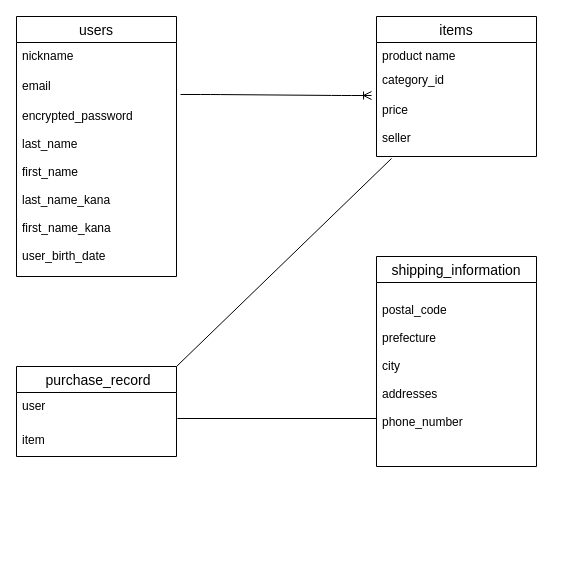
Earlier version of the draw.io diagram test.dio (NaoakiM/furima-37413). Source tidied: cells renumbered, new cells numbered last; positions are measured from the earlier drawing's top-left corner, leaving out a move shared by most shapes. Both pictures are drawn from the tidied source at 100%, with x=0, y=0 at pixel (16, 16).
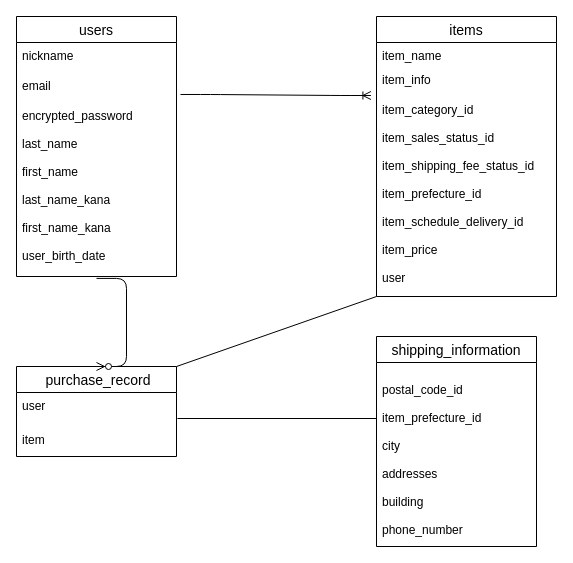
Above is the later version.

Commit message:
データベース設計LGTM

The change refers to these unchanged cells:
```xml
<mxCell id="5" value="encrypted_password&#10;&#10;last_name&#10;&#10;first_name&#10;&#10;last_name_kana&#10;&#10;first_name_kana&#10;&#10;user_birth_date&#10;" style="text;strokeColor=none;fillColor=none;spacingLeft=4;spacingRight=4;overflow=hidden;points=[[0,0.5],[1,0.5]];portConstraint=eastwest;fontSize=12;" parent="2" vertex="1">
  <mxGeometry y="86" width="160" height="174" as="geometry" />
</mxCell>
<mxCell id="10" value=" purchase_record" style="swimlane;fontStyle=0;horizontal=1;startSize=26;align=center;fontSize=14;" parent="1" vertex="1">
  <mxGeometry y="350" width="160" height="90" as="geometry" />
</mxCell>
```

The edit, as a diff of the source:
```diff
@@
     <mxCell id="6" value="items" style="swimlane;fontStyle=0;horizontal=1;startSize=26;align=center;fontSize=14;" parent="1" vertex="1">
-      <mxGeometry x="360" width="160" height="140" as="geometry" />
+      <mxGeometry x="360" width="180" height="280" as="geometry" />
     </mxCell>
-    <mxCell id="7" value="product name" style="text;strokeColor=none;fillColor=none;spacingLeft=4;spacingRight=4;overflow=hidden;fontSize=12;" parent="6" vertex="1">
-      <mxGeometry y="26" width="160" height="24" as="geometry" />
+    <mxCell id="7" value="item_name" style="text;strokeColor=none;fillColor=none;spacingLeft=4;spacingRight=4;overflow=hidden;fontSize=12;" parent="6" vertex="1">
+      <mxGeometry y="26" width="180" height="24" as="geometry" />
     </mxCell>
-    <mxCell id="8" value="category_id" style="text;strokeColor=none;fillColor=none;spacingLeft=4;spacingRight=4;overflow=hidden;points=[[0,0.5],[1,0.5]];portConstraint=eastwest;fontSize=12;" parent="6" vertex="1">
-      <mxGeometry y="50" width="160" height="30" as="geometry" />
+    <mxCell id="8" value="item_info" style="text;strokeColor=none;fillColor=none;spacingLeft=4;spacingRight=4;overflow=hidden;points=[[0,0.5],[1,0.5]];portConstraint=eastwest;fontSize=12;" parent="6" vertex="1">
+      <mxGeometry y="50" width="180" height="30" as="geometry" />
     </mxCell>
-    <mxCell id="9" value="price&#10;&#10;seller" style="text;strokeColor=none;fillColor=none;spacingLeft=4;spacingRight=4;overflow=hidden;points=[[0,0.5],[1,0.5]];portConstraint=eastwest;fontSize=12;" parent="6" vertex="1">
-      <mxGeometry y="80" width="160" height="60" as="geometry" />
+    <mxCell id="9" value="item_category_id&#10;&#10;item_sales_status_id&#10;&#10;item_shipping_fee_status_id&#10;&#10;item_prefecture_id&#10;&#10;item_schedule_delivery_id&#10;&#10;item_price&#10;&#10;user&#10;&#10;&#10;&#10;" style="text;strokeColor=none;fillColor=none;spacingLeft=4;spacingRight=4;overflow=hidden;points=[[0,0.5],[1,0.5]];portConstraint=eastwest;fontSize=12;" parent="6" vertex="1">
+      <mxGeometry y="80" width="180" height="200" as="geometry" />
     </mxCell>
@@
     <mxCell id="13" value="shipping_information" style="swimlane;fontStyle=0;horizontal=1;startSize=26;align=center;fontSize=14;" parent="1" vertex="1">
-      <mxGeometry x="360" y="240" width="160" height="210" as="geometry" />
+      <mxGeometry x="360" y="320" width="160" height="210" as="geometry" />
     </mxCell>
-    <mxCell id="14" value="&#10;postal_code&#10;&#10;prefecture&#10;&#10;city&#10;&#10;addresses&#10;&#10;phone_number&#10;&#10;" style="text;strokeColor=none;fillColor=none;spacingLeft=4;spacingRight=4;overflow=hidden;fontSize=12;" parent="13" vertex="1">
+    <mxCell id="14" value="&#10;postal_code_id&#10;&#10;item_prefecture_id&#10;&#10;city&#10;&#10;addresses&#10;&#10;building&#10;&#10;phone_number&#10;&#10;" style="text;strokeColor=none;fillColor=none;spacingLeft=4;spacingRight=4;overflow=hidden;fontSize=12;" parent="13" vertex="1">
       <mxGeometry y="26" width="160" height="184" as="geometry" />
     </mxCell>
@@
-    <mxCell id="16" style="endArrow=none;html=1;rounded=0;exitX=1;exitY=0;exitDx=0;exitDy=0;entryX=0.094;entryY=1.033;entryDx=0;entryDy=0;entryPerimeter=0;" parent="1" edge="1" source="10" target="9">
-      <mxGeometry relative="1" as="geometry" />
-    </mxCell>
@@
+    <mxCell id="18" style="edgeStyle=entityRelationEdgeStyle;fontSize=12;html=1;endArrow=ERzeroToMany;endFill=1;exitX=0.5;exitY=1.011;exitDx=0;exitDy=0;exitPerimeter=0;entryX=0.5;entryY=0;entryDx=0;entryDy=0;" parent="1" edge="1" source="5" target="10">
+      <mxGeometry relative="1" as="geometry" />
+    </mxCell>
+    <mxCell id="19" style="endArrow=none;html=1;rounded=0;exitX=1;exitY=0;exitDx=0;exitDy=0;" parent="1" edge="1" source="10">
+      <mxGeometry relative="1" as="geometry">
+        <mxPoint x="360" y="280" as="targetPoint" />
+      </mxGeometry>
+    </mxCell>
```
